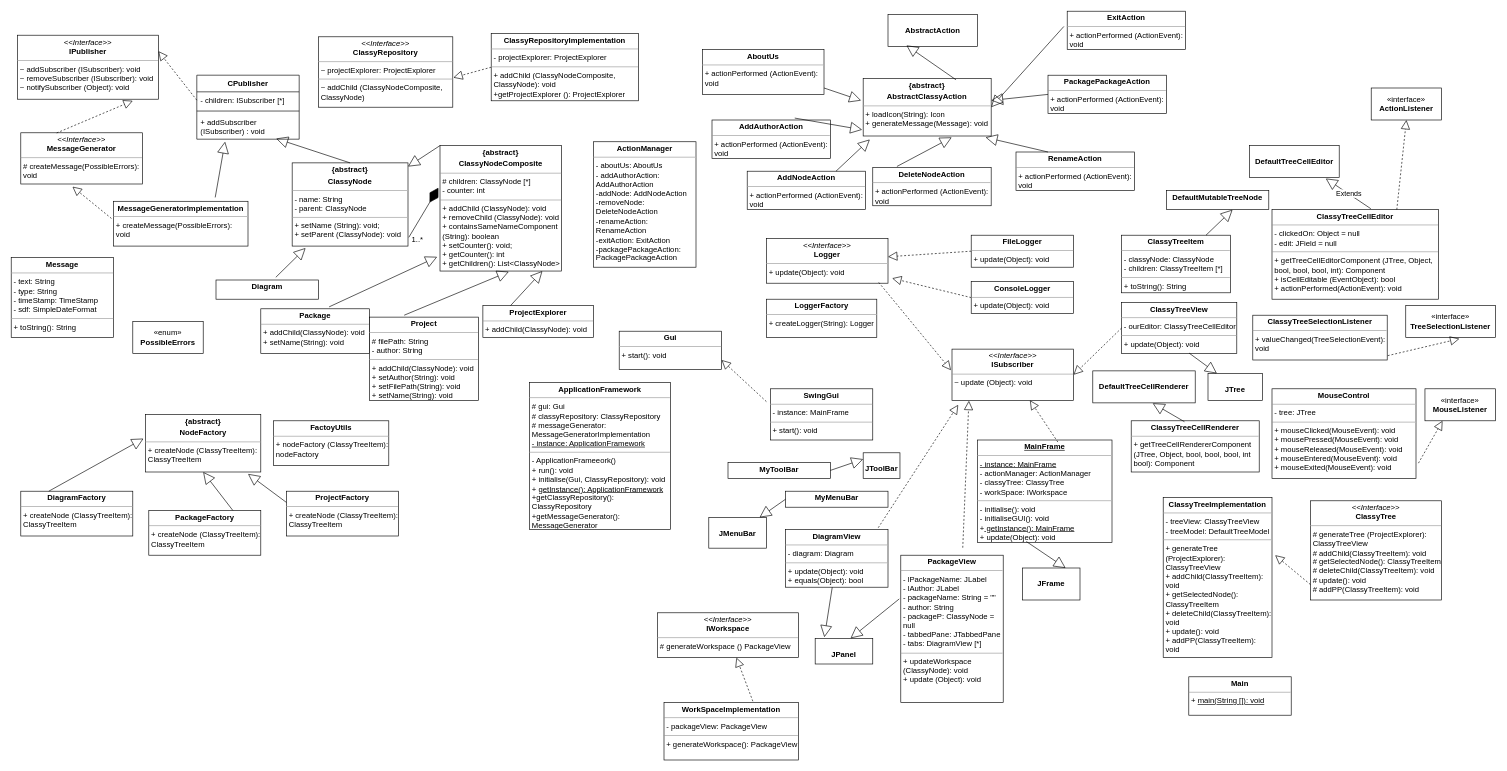
Above: UML/ClassyCraft.drawio in AndjelaKomnenic/ClassyCraft (draw.io), before the change. Source tidied: cells renumbered, new cells numbered last; positions are measured from the earlier drawing's top-left corner, leaving out a move shared by most shapes. Both pictures are drawn from the tidied source at 64%, with x=0, y=0 at pixel (11, 11).
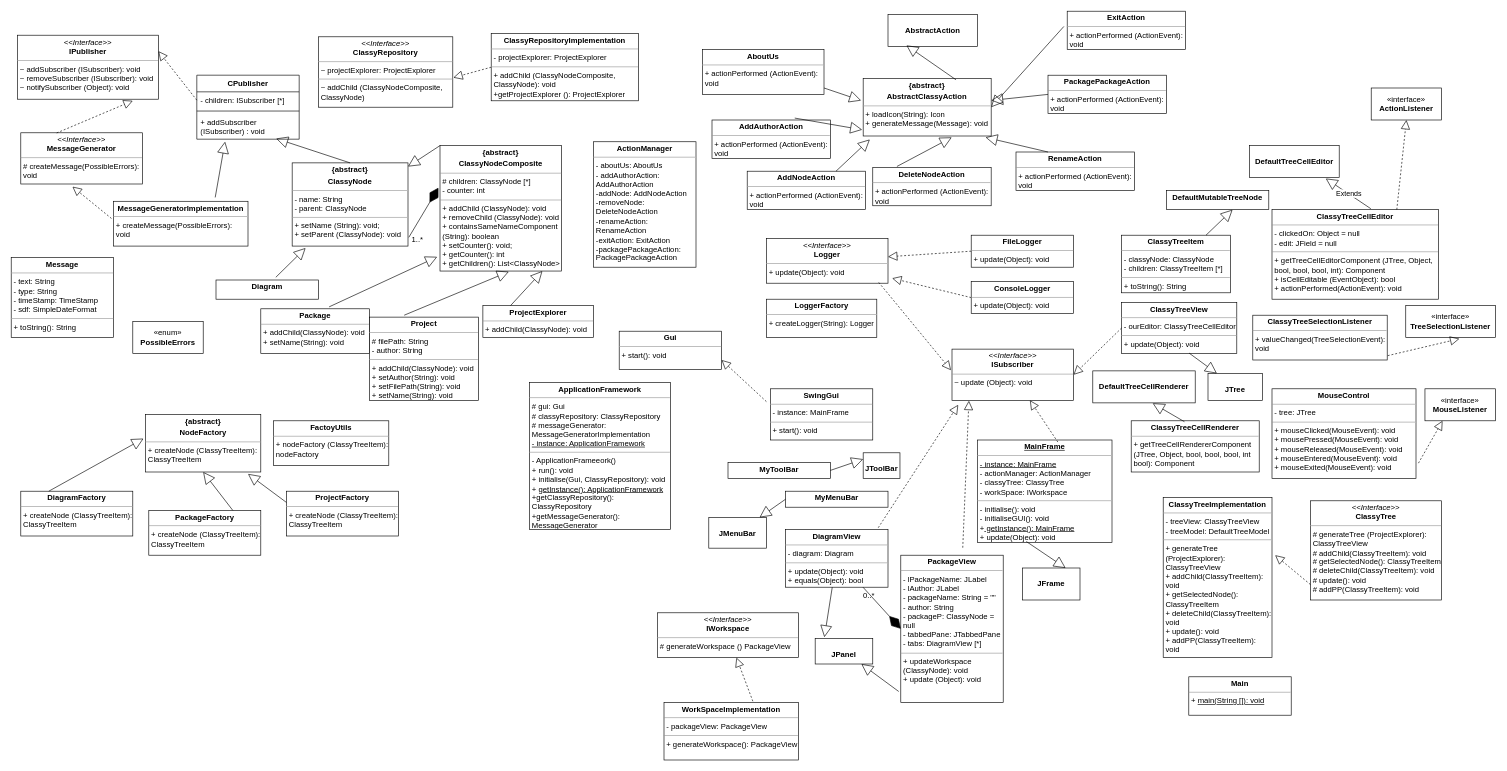
The same page after the edit.

Commit message (it also covers changes not shown here):
finalni uml

Unchanged cells that the change refers to:
```xml
<mxCell id="80" value="&lt;p style=&quot;margin:0px;margin-top:4px;text-align:center;&quot;&gt;&lt;b&gt;DiagramView&lt;/b&gt;&lt;/p&gt;&lt;hr size=&quot;1&quot;&gt;&lt;p style=&quot;margin:0px;margin-left:4px;&quot;&gt;- diagram: Diagram&lt;/p&gt;&lt;hr size=&quot;1&quot;&gt;&lt;p style=&quot;margin:0px;margin-left:4px;&quot;&gt;+ update(Object): void&lt;/p&gt;&lt;p style=&quot;margin:0px;margin-left:4px;&quot;&gt;+ equals(Object): bool&lt;/p&gt;" style="verticalAlign=top;align=left;overflow=fill;fontSize=12;fontFamily=Helvetica;html=1;whiteSpace=wrap;" parent="1" vertex="1">
  <mxGeometry x="1210" y="810" width="160" height="90" as="geometry" />
</mxCell>
<mxCell id="81" value="&lt;p style=&quot;margin:0px;margin-top:4px;text-align:center;&quot;&gt;&lt;b&gt;PackageView&lt;/b&gt;&lt;/p&gt;&lt;hr size=&quot;1&quot;&gt;&lt;p style=&quot;margin:0px;margin-left:4px;&quot;&gt;- lPackageName: JLabel&lt;/p&gt;&lt;p style=&quot;margin:0px;margin-left:4px;&quot;&gt;- lAuthor: JLabel&lt;/p&gt;&lt;p style=&quot;margin:0px;margin-left:4px;&quot;&gt;- packageName: String = &quot;&quot;&lt;/p&gt;&lt;p style=&quot;margin:0px;margin-left:4px;&quot;&gt;- author: String&lt;/p&gt;&lt;p style=&quot;margin:0px;margin-left:4px;&quot;&gt;- packageP: ClassyNode = null&lt;/p&gt;&lt;p style=&quot;margin:0px;margin-left:4px;&quot;&gt;- tabbedPane: JTabbedPane&lt;/p&gt;&lt;p style=&quot;margin:0px;margin-left:4px;&quot;&gt;- tabs: DiagramView [*]&lt;/p&gt;&lt;hr size=&quot;1&quot;&gt;&lt;p style=&quot;margin:0px;margin-left:4px;&quot;&gt;+ updateWorkspace (ClassyNode): void&lt;/p&gt;&lt;p style=&quot;margin:0px;margin-left:4px;&quot;&gt;+ update (Object): void&lt;/p&gt;" style="verticalAlign=top;align=left;overflow=fill;fontSize=12;fontFamily=Helvetica;html=1;whiteSpace=wrap;" parent="1" vertex="1">
  <mxGeometry x="1390" y="850" width="160" height="230" as="geometry" />
</mxCell>
<mxCell id="113" value="&lt;p style=&quot;margin:0px;margin-top:4px;text-align:center;&quot;&gt;&lt;br&gt;&lt;b&gt;JPanel&lt;/b&gt;&lt;/p&gt;" style="verticalAlign=top;align=left;overflow=fill;fontSize=12;fontFamily=Helvetica;html=1;whiteSpace=wrap;" parent="1" vertex="1">
  <mxGeometry x="1256.2" y="980" width="90" height="40" as="geometry" />
</mxCell>
```

The edit, as a diff of the source:
```diff
@@
-    <mxCell id="115" style="endArrow=block;endSize=16;endFill=0;html=1;rounded=0;entryX=0.615;entryY=-0.005;entryDx=0;entryDy=0;entryPerimeter=0;exitX=-0.015;exitY=0.297;exitDx=0;exitDy=0;exitPerimeter=0;" parent="1" edge="1" source="81" target="113">
+    <mxCell id="115" style="endArrow=block;endSize=16;endFill=0;html=1;rounded=0;exitX=-0.02;exitY=0.926;exitDx=0;exitDy=0;exitPerimeter=0;" parent="1" edge="1" source="81" target="113">
       <mxGeometry relative="1" as="geometry" />
     </mxCell>
+    <mxCell id="116" style="endArrow=diamondThin;endFill=1;endSize=24;html=1;rounded=0;entryX=0;entryY=0.5;entryDx=0;entryDy=0;" parent="1" edge="1" source="80" target="81">
+      <mxGeometry relative="1" as="geometry" />
+    </mxCell>
+    <mxCell id="117" value="0..*" style="text;html=1;align=center;verticalAlign=middle;strokeColor=none;fillColor=none;" parent="1" vertex="1">
+      <mxGeometry x="1320" y="898" width="40" height="30" as="geometry" />
+    </mxCell>
```
